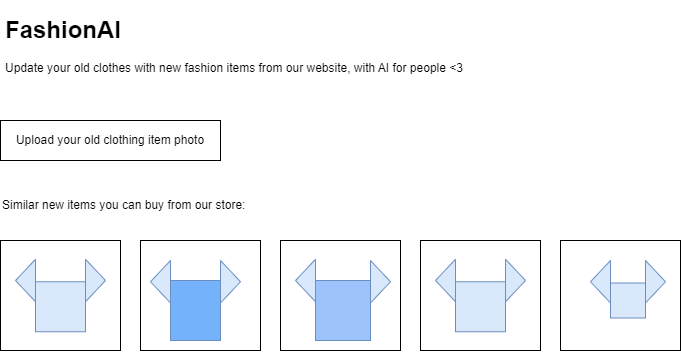
Above: FashionAI_frontend.png in mdiannna/FashionAI (draw.io), before the change. Source tidied: cells renumbered, new cells last; positions are measured from the earlier drawing's top-left corner, leaving out a move shared by most shapes.
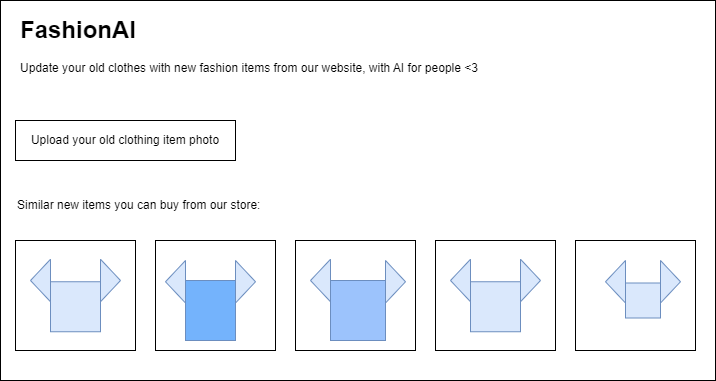
Above is the later version.

Change to the diagram source:
```diff
@@ -74,5 +74,8 @@
     <mxCell id="25" style="triangle;whiteSpace=wrap;html=1;fillColor=#dae8fc;strokeColor=#6c8ebf;" parent="1" vertex="1">
       <mxGeometry x="370" y="250" width="20" height="42.5" as="geometry" />
     </mxCell>
+    <mxCell id="26" style="rounded=0;whiteSpace=wrap;html=1;fillColor=none;" parent="1" vertex="1">
+      <mxGeometry x="-15" y="-10" width="715" height="380" as="geometry" />
+    </mxCell>
   </root>
 </mxGraphModel>
```
